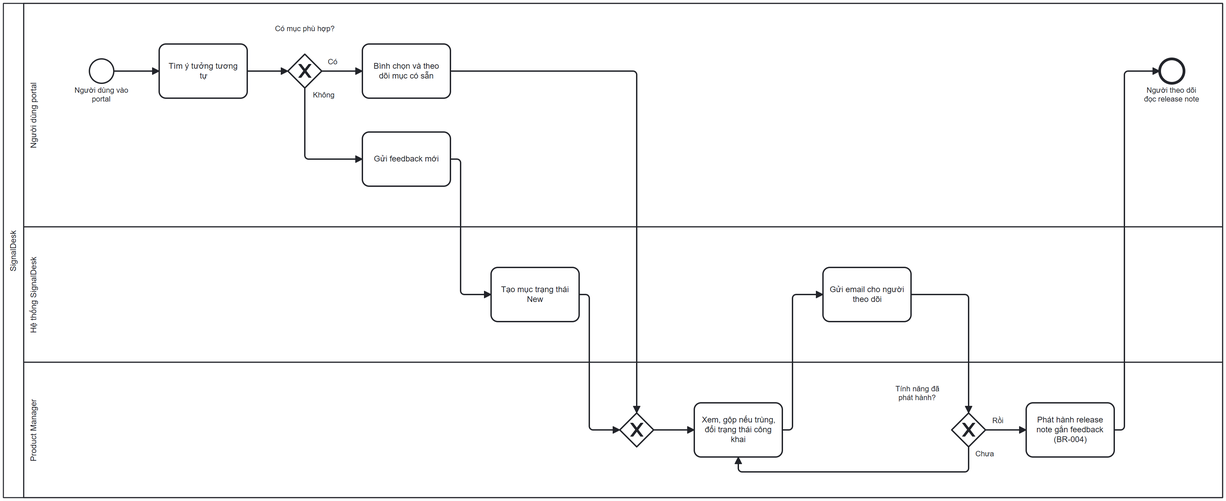
The BPMN diagram BA-agent/BA-Documents-Product/diagrams/vong-phan-hoi.png in sonbui31/BA-studies, before a commit. Its source is kept beside it as BA-agent/BA-Documents-Product/diagrams/vong-phan-hoi.bpmn. Ids are renumbered.
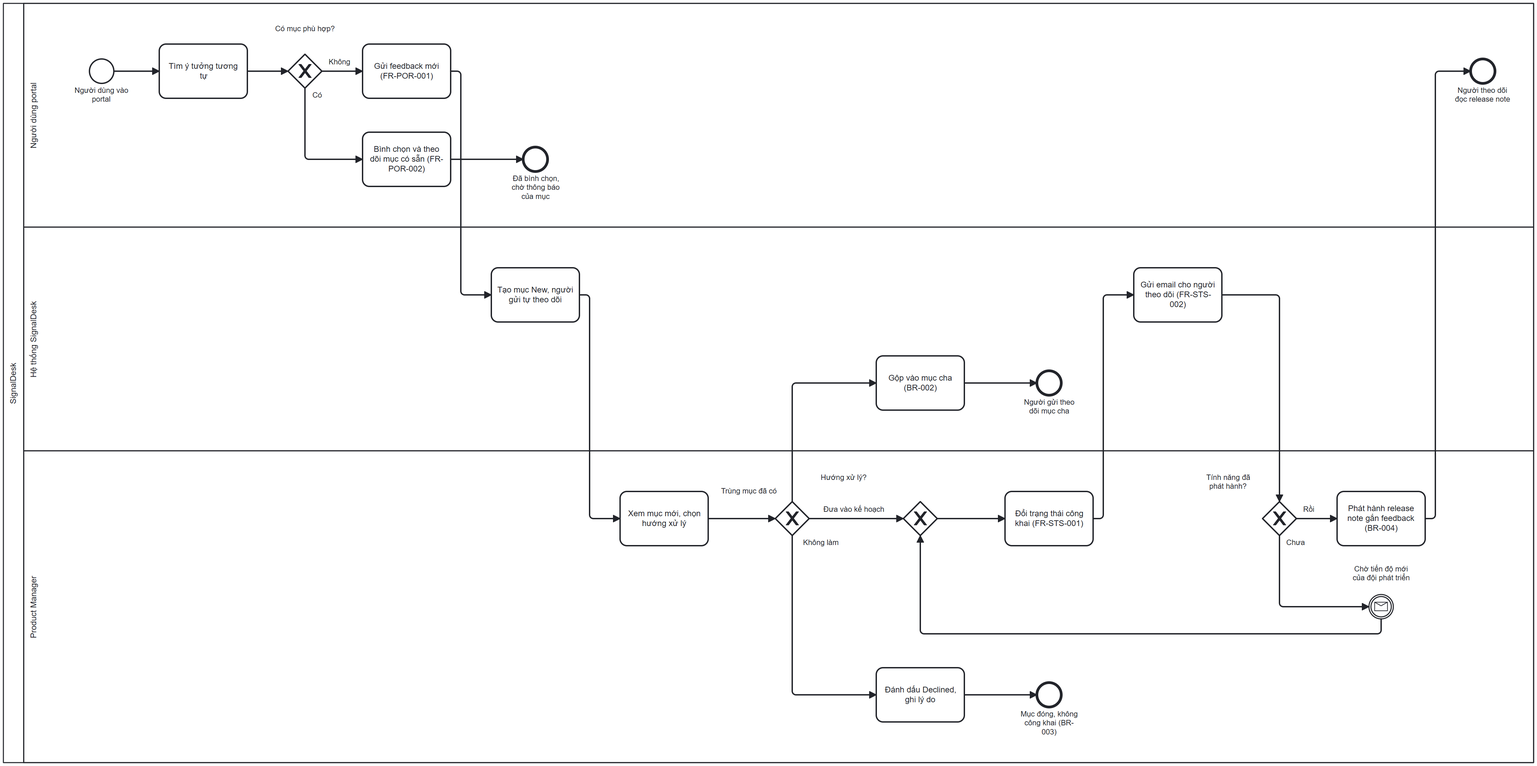
The same file after the commit.

Diff of the diagram source:
```diff
@@ -9,18 +9,26 @@
         <bpmn:flowNodeRef>t1</bpmn:flowNodeRef>
         <bpmn:flowNodeRef>g1</bpmn:flowNodeRef>
         <bpmn:flowNodeRef>t2</bpmn:flowNodeRef>
+        <bpmn:flowNodeRef>end_voted</bpmn:flowNodeRef>
         <bpmn:flowNodeRef>t3</bpmn:flowNodeRef>
         <bpmn:flowNodeRef>end</bpmn:flowNodeRef>
       </bpmn:lane>
       <bpmn:lane id="he_thong" name="Hệ thống SignalDesk">
         <bpmn:flowNodeRef>t4</bpmn:flowNodeRef>
         <bpmn:flowNodeRef>t6</bpmn:flowNodeRef>
+        <bpmn:flowNodeRef>end_merged</bpmn:flowNodeRef>
+        <bpmn:flowNodeRef>t9</bpmn:flowNodeRef>
       </bpmn:lane>
       <bpmn:lane id="pm" name="Product Manager">
-        <bpmn:flowNodeRef>m1</bpmn:flowNodeRef>
         <bpmn:flowNodeRef>t5</bpmn:flowNodeRef>
         <bpmn:flowNodeRef>g2</bpmn:flowNodeRef>
         <bpmn:flowNodeRef>t7</bpmn:flowNodeRef>
+        <bpmn:flowNodeRef>end_declined</bpmn:flowNodeRef>
+        <bpmn:flowNodeRef>m1</bpmn:flowNodeRef>
+        <bpmn:flowNodeRef>t8</bpmn:flowNodeRef>
+        <bpmn:flowNodeRef>g3</bpmn:flowNodeRef>
+        <bpmn:flowNodeRef>w1</bpmn:flowNodeRef>
+        <bpmn:flowNodeRef>t10</bpmn:flowNodeRef>
       </bpmn:lane>
     </bpmn:laneSet>
     <bpmn:startEvent id="start" name="Người dùng vào portal">
@@ -35,71 +43,109 @@
       <bpmn:outgoing>Flow_3</bpmn:outgoing>
       <bpmn:outgoing>Flow_4</bpmn:outgoing>
     </bpmn:exclusiveGateway>
-    <bpmn:task id="t2" name="Bình chọn và theo dõi mục có sẵn">
+    <bpmn:task id="t2" name="Bình chọn và theo dõi mục có sẵn (FR-POR-002)">
       <bpmn:incoming>Flow_3</bpmn:incoming>
+      <bpmn:outgoing>Flow_5</bpmn:outgoing>
+    </bpmn:task>
+    <bpmn:endEvent id="end_voted" name="Đã bình chọn, chờ thông báo của mục">
+      <bpmn:incoming>Flow_5</bpmn:incoming>
+    </bpmn:endEvent>
+    <bpmn:task id="t3" name="Gửi feedback mới (FR-POR-001)">
+      <bpmn:incoming>Flow_4</bpmn:incoming>
       <bpmn:outgoing>Flow_6</bpmn:outgoing>
     </bpmn:task>
-    <bpmn:task id="t3" name="Gửi feedback mới">
-      <bpmn:incoming>Flow_4</bpmn:incoming>
-      <bpmn:outgoing>Flow_5</bpmn:outgoing>
-    </bpmn:task>
-    <bpmn:task id="t4" name="Tạo mục trạng thái New">
-      <bpmn:incoming>Flow_5</bpmn:incoming>
+    <bpmn:task id="t4" name="Tạo mục New, người gửi tự theo dõi">
+      <bpmn:incoming>Flow_6</bpmn:incoming>
       <bpmn:outgoing>Flow_7</bpmn:outgoing>
     </bpmn:task>
-    <bpmn:exclusiveGateway id="m1" name="">
-      <bpmn:incoming>Flow_6</bpmn:incoming>
+    <bpmn:task id="t5" name="Xem mục mới, chọn hướng xử lý">
       <bpmn:incoming>Flow_7</bpmn:incoming>
       <bpmn:outgoing>Flow_8</bpmn:outgoing>
+    </bpmn:task>
+    <bpmn:exclusiveGateway id="g2" name="Hướng xử lý?">
+      <bpmn:incoming>Flow_8</bpmn:incoming>
+      <bpmn:outgoing>Flow_9</bpmn:outgoing>
+      <bpmn:outgoing>Flow_10</bpmn:outgoing>
+      <bpmn:outgoing>Flow_11</bpmn:outgoing>
     </bpmn:exclusiveGateway>
-    <bpmn:task id="t5" name="Xem, gộp nếu trùng, đổi trạng thái công khai">
-      <bpmn:incoming>Flow_8</bpmn:incoming>
-      <bpmn:incoming>Flow_11</bpmn:incoming>
-      <bpmn:outgoing>Flow_9</bpmn:outgoing>
+    <bpmn:task id="t6" name="Gộp vào mục cha (BR-002)">
+      <bpmn:incoming>Flow_9</bpmn:incoming>
+      <bpmn:outgoing>Flow_12</bpmn:outgoing>
     </bpmn:task>
-    <bpmn:task id="t6" name="Gửi email cho người theo dõi">
-      <bpmn:incoming>Flow_9</bpmn:incoming>
-      <bpmn:outgoing>Flow_10</bpmn:outgoing>
-    </bpmn:task>
-    <bpmn:exclusiveGateway id="g2" name="Tính năng đã phát hành?">
+    <bpmn:endEvent id="end_merged" name="Người gửi theo dõi mục cha">
+      <bpmn:incoming>Flow_12</bpmn:incoming>
+    </bpmn:endEvent>
+    <bpmn:task id="t7" name="Đánh dấu Declined, ghi lý do">
       <bpmn:incoming>Flow_10</bpmn:incoming>
-      <bpmn:outgoing>Flow_11</bpmn:outgoing>
-      <bpmn:outgoing>Flow_12</bpmn:outgoing>
-    </bpmn:exclusiveGateway>
-    <bpmn:task id="t7" name="Phát hành release note gắn feedback (BR-004)">
-      <bpmn:incoming>Flow_12</bpmn:incoming>
       <bpmn:outgoing>Flow_13</bpmn:outgoing>
     </bpmn:task>
+    <bpmn:endEvent id="end_declined" name="Mục đóng, không công khai (BR-003)">
+      <bpmn:incoming>Flow_13</bpmn:incoming>
+    </bpmn:endEvent>
+    <bpmn:exclusiveGateway id="m1" name="">
+      <bpmn:incoming>Flow_11</bpmn:incoming>
+      <bpmn:incoming>Flow_18</bpmn:incoming>
+      <bpmn:outgoing>Flow_14</bpmn:outgoing>
+    </bpmn:exclusiveGateway>
+    <bpmn:task id="t8" name="Đổi trạng thái công khai (FR-STS-001)">
+      <bpmn:incoming>Flow_14</bpmn:incoming>
+      <bpmn:outgoing>Flow_15</bpmn:outgoing>
+    </bpmn:task>
+    <bpmn:task id="t9" name="Gửi email cho người theo dõi (FR-STS-002)">
+      <bpmn:incoming>Flow_15</bpmn:incoming>
+      <bpmn:outgoing>Flow_16</bpmn:outgoing>
+    </bpmn:task>
+    <bpmn:exclusiveGateway id="g3" name="Tính năng đã phát hành?">
+      <bpmn:incoming>Flow_16</bpmn:incoming>
+      <bpmn:outgoing>Flow_17</bpmn:outgoing>
+      <bpmn:outgoing>Flow_19</bpmn:outgoing>
+    </bpmn:exclusiveGateway>
+    <bpmn:intermediateCatchEvent id="w1" name="Chờ tiến độ mới của đội phát triển">
+      <bpmn:incoming>Flow_17</bpmn:incoming>
+      <bpmn:outgoing>Flow_18</bpmn:outgoing>
+      <bpmn:messageEventDefinition id="w1_def" />
+    </bpmn:intermediateCatchEvent>
+    <bpmn:task id="t10" name="Phát hành release note gắn feedback (BR-004)">
+      <bpmn:incoming>Flow_19</bpmn:incoming>
+      <bpmn:outgoing>Flow_20</bpmn:outgoing>
+    </bpmn:task>
     <bpmn:endEvent id="end" name="Người theo dõi đọc release note">
-      <bpmn:incoming>Flow_13</bpmn:incoming>
+      <bpmn:incoming>Flow_20</bpmn:incoming>
     </bpmn:endEvent>
     <bpmn:sequenceFlow id="Flow_1" sourceRef="start" targetRef="t1" />
     <bpmn:sequenceFlow id="Flow_2" sourceRef="t1" targetRef="g1" />
     <bpmn:sequenceFlow id="Flow_3" name="Có" sourceRef="g1" targetRef="t2" />
     <bpmn:sequenceFlow id="Flow_4" name="Không" sourceRef="g1" targetRef="t3" />
-    <bpmn:sequenceFlow id="Flow_5" sourceRef="t3" targetRef="t4" />
-    <bpmn:sequenceFlow id="Flow_6" sourceRef="t2" targetRef="m1" />
-    <bpmn:sequenceFlow id="Flow_7" sourceRef="t4" targetRef="m1" />
-    <bpmn:sequenceFlow id="Flow_8" sourceRef="m1" targetRef="t5" />
-    <bpmn:sequenceFlow id="Flow_9" sourceRef="t5" targetRef="t6" />
-    <bpmn:sequenceFlow id="Flow_10" sourceRef="t6" targetRef="g2" />
-    <bpmn:sequenceFlow id="Flow_11" name="Chưa" sourceRef="g2" targetRef="t5" />
-    <bpmn:sequenceFlow id="Flow_12" name="Rồi" sourceRef="g2" targetRef="t7" />
-    <bpmn:sequenceFlow id="Flow_13" sourceRef="t7" targetRef="end" />
+    <bpmn:sequenceFlow id="Flow_5" sourceRef="t2" targetRef="end_voted" />
+    <bpmn:sequenceFlow id="Flow_6" sourceRef="t3" targetRef="t4" />
+    <bpmn:sequenceFlow id="Flow_7" sourceRef="t4" targetRef="t5" />
+    <bpmn:sequenceFlow id="Flow_8" sourceRef="t5" targetRef="g2" />
+    <bpmn:sequenceFlow id="Flow_9" name="Trùng mục đã có" sourceRef="g2" targetRef="t6" />
+    <bpmn:sequenceFlow id="Flow_10" name="Không làm" sourceRef="g2" targetRef="t7" />
+    <bpmn:sequenceFlow id="Flow_11" name="Đưa vào kế hoạch" sourceRef="g2" targetRef="m1" />
+    <bpmn:sequenceFlow id="Flow_12" sourceRef="t6" targetRef="end_merged" />
+    <bpmn:sequenceFlow id="Flow_13" sourceRef="t7" targetRef="end_declined" />
+    <bpmn:sequenceFlow id="Flow_14" sourceRef="m1" targetRef="t8" />
+    <bpmn:sequenceFlow id="Flow_15" sourceRef="t8" targetRef="t9" />
+    <bpmn:sequenceFlow id="Flow_16" sourceRef="t9" targetRef="g3" />
+    <bpmn:sequenceFlow id="Flow_17" name="Chưa" sourceRef="g3" targetRef="w1" />
+    <bpmn:sequenceFlow id="Flow_18" sourceRef="w1" targetRef="m1" />
+    <bpmn:sequenceFlow id="Flow_19" name="Rồi" sourceRef="g3" targetRef="t10" />
+    <bpmn:sequenceFlow id="Flow_20" sourceRef="t10" targetRef="end" />
   </bpmn:process>
   <bpmndi:BPMNDiagram id="BPMNDiagram_vong_phan_hoi">
     <bpmndi:BPMNPlane id="BPMNPlane_vong_phan_hoi" bpmnElement="Collaboration_vong_phan_hoi">
       <bpmndi:BPMNShape id="Participant_vong_phan_hoi_di" bpmnElement="Participant_vong_phan_hoi" isHorizontal="true">
-        <dc:Bounds x="160" y="80" width="1800" height="730" />
+        <dc:Bounds x="160" y="80" width="2258" height="1120" />
       </bpmndi:BPMNShape>
       <bpmndi:BPMNShape id="nguoi_dung_di" bpmnElement="nguoi_dung" isHorizontal="true">
-        <dc:Bounds x="190" y="80" width="1770" height="330" />
+        <dc:Bounds x="190" y="80" width="2228" height="330" />
       </bpmndi:BPMNShape>
       <bpmndi:BPMNShape id="he_thong_di" bpmnElement="he_thong" isHorizontal="true">
-        <dc:Bounds x="190" y="410" width="1770" height="200" />
+        <dc:Bounds x="190" y="410" width="2228" height="330" />
       </bpmndi:BPMNShape>
       <bpmndi:BPMNShape id="pm_di" bpmnElement="pm" isHorizontal="true">
-        <dc:Bounds x="190" y="610" width="1770" height="200" />
+        <dc:Bounds x="190" y="740" width="2228" height="460" />
       </bpmndi:BPMNShape>
       <bpmndi:BPMNShape id="start_di" bpmnElement="start">
         <dc:Bounds x="287" y="162" width="36" height="36" />
@@ -117,36 +163,75 @@
         </bpmndi:BPMNLabel>
       </bpmndi:BPMNShape>
       <bpmndi:BPMNShape id="t2_di" bpmnElement="t2">
-        <dc:Bounds x="690" y="140" width="130" height="80" />
+        <dc:Bounds x="690" y="270" width="130" height="80" />
+      </bpmndi:BPMNShape>
+      <bpmndi:BPMNShape id="end_voted_di" bpmnElement="end_voted">
+        <dc:Bounds x="927" y="292" width="36" height="36" />
+        <bpmndi:BPMNLabel>
+          <dc:Bounds x="890" y="332" width="110" height="40" />
+        </bpmndi:BPMNLabel>
       </bpmndi:BPMNShape>
       <bpmndi:BPMNShape id="t3_di" bpmnElement="t3">
-        <dc:Bounds x="690" y="270" width="130" height="80" />
+        <dc:Bounds x="690" y="140" width="130" height="80" />
       </bpmndi:BPMNShape>
       <bpmndi:BPMNShape id="t4_di" bpmnElement="t4">
         <dc:Bounds x="880" y="470" width="130" height="80" />
       </bpmndi:BPMNShape>
-      <bpmndi:BPMNShape id="m1_di" bpmnElement="m1" isMarkerVisible="true">
-        <dc:Bounds x="1070" y="685" width="50" height="50" />
+      <bpmndi:BPMNShape id="t5_di" bpmnElement="t5">
+        <dc:Bounds x="1070" y="800" width="130" height="80" />
       </bpmndi:BPMNShape>
-      <bpmndi:BPMNShape id="t5_di" bpmnElement="t5">
-        <dc:Bounds x="1180" y="670" width="130" height="80" />
+      <bpmndi:BPMNShape id="g2_di" bpmnElement="g2" isMarkerVisible="true">
+        <dc:Bounds x="1299" y="815" width="50" height="50" />
+        <bpmndi:BPMNLabel>
+          <dc:Bounds x="1345" y="773" width="110" height="40" />
+        </bpmndi:BPMNLabel>
       </bpmndi:BPMNShape>
       <bpmndi:BPMNShape id="t6_di" bpmnElement="t6">
-        <dc:Bounds x="1370" y="470" width="130" height="80" />
+        <dc:Bounds x="1448" y="600" width="130" height="80" />
       </bpmndi:BPMNShape>
-      <bpmndi:BPMNShape id="g2_di" bpmnElement="g2" isMarkerVisible="true">
-        <dc:Bounds x="1560" y="685" width="50" height="50" />
+      <bpmndi:BPMNShape id="end_merged_di" bpmnElement="end_merged">
+        <dc:Bounds x="1685" y="622" width="36" height="36" />
         <bpmndi:BPMNLabel>
-          <dc:Bounds x="1454" y="643" width="110" height="40" />
+          <dc:Bounds x="1648" y="662" width="110" height="40" />
         </bpmndi:BPMNLabel>
       </bpmndi:BPMNShape>
       <bpmndi:BPMNShape id="t7_di" bpmnElement="t7">
-        <dc:Bounds x="1670" y="670" width="130" height="80" />
+        <dc:Bounds x="1448" y="1060" width="130" height="80" />
+      </bpmndi:BPMNShape>
+      <bpmndi:BPMNShape id="end_declined_di" bpmnElement="end_declined">
+        <dc:Bounds x="1685" y="1082" width="36" height="36" />
+        <bpmndi:BPMNLabel>
+          <dc:Bounds x="1648" y="1122" width="110" height="40" />
+        </bpmndi:BPMNLabel>
+      </bpmndi:BPMNShape>
+      <bpmndi:BPMNShape id="m1_di" bpmnElement="m1" isMarkerVisible="true">
+        <dc:Bounds x="1488" y="815" width="50" height="50" />
+      </bpmndi:BPMNShape>
+      <bpmndi:BPMNShape id="t8_di" bpmnElement="t8">
+        <dc:Bounds x="1638" y="800" width="130" height="80" />
+      </bpmndi:BPMNShape>
+      <bpmndi:BPMNShape id="t9_di" bpmnElement="t9">
+        <dc:Bounds x="1828" y="470" width="130" height="80" />
+      </bpmndi:BPMNShape>
+      <bpmndi:BPMNShape id="g3_di" bpmnElement="g3" isMarkerVisible="true">
+        <dc:Bounds x="2018" y="815" width="50" height="50" />
+        <bpmndi:BPMNLabel>
+          <dc:Bounds x="1912" y="773" width="110" height="40" />
+        </bpmndi:BPMNLabel>
+      </bpmndi:BPMNShape>
+      <bpmndi:BPMNShape id="w1_di" bpmnElement="w1">
+        <dc:Bounds x="2175" y="952" width="36" height="36" />
+        <bpmndi:BPMNLabel>
+          <dc:Bounds x="2138" y="908" width="110" height="40" />
+        </bpmndi:BPMNLabel>
+      </bpmndi:BPMNShape>
+      <bpmndi:BPMNShape id="t10_di" bpmnElement="t10">
+        <dc:Bounds x="2128" y="800" width="130" height="80" />
       </bpmndi:BPMNShape>
       <bpmndi:BPMNShape id="end_di" bpmnElement="end">
-        <dc:Bounds x="1867" y="162" width="36" height="36" />
+        <dc:Bounds x="2325" y="162" width="36" height="36" />
         <bpmndi:BPMNLabel>
-          <dc:Bounds x="1830" y="202" width="110" height="40" />
+          <dc:Bounds x="2288" y="202" width="110" height="40" />
         </bpmndi:BPMNLabel>
       </bpmndi:BPMNShape>
       <bpmndi:BPMNEdge id="Flow_1_di" bpmnElement="Flow_1">
@@ -158,65 +243,98 @@
         <di:waypoint x="580" y="180" />
       </bpmndi:BPMNEdge>
       <bpmndi:BPMNEdge id="Flow_3_di" bpmnElement="Flow_3">
-        <di:waypoint x="630" y="180" />
-        <di:waypoint x="690" y="180" />
-        <bpmndi:BPMNLabel><dc:Bounds x="634" y="160" width="24" height="18" /></bpmndi:BPMNLabel>
-      </bpmndi:BPMNEdge>
-      <bpmndi:BPMNEdge id="Flow_4_di" bpmnElement="Flow_4">
         <di:waypoint x="605" y="205" />
         <di:waypoint x="605" y="310" />
         <di:waypoint x="690" y="310" />
-        <bpmndi:BPMNLabel><dc:Bounds x="611" y="209" width="44" height="18" /></bpmndi:BPMNLabel>
+        <bpmndi:BPMNLabel><dc:Bounds x="611" y="209" width="24" height="18" /></bpmndi:BPMNLabel>
+      </bpmndi:BPMNEdge>
+      <bpmndi:BPMNEdge id="Flow_4_di" bpmnElement="Flow_4">
+        <di:waypoint x="630" y="180" />
+        <di:waypoint x="690" y="180" />
+        <bpmndi:BPMNLabel><dc:Bounds x="634" y="160" width="44" height="18" /></bpmndi:BPMNLabel>
       </bpmndi:BPMNEdge>
       <bpmndi:BPMNEdge id="Flow_5_di" bpmnElement="Flow_5">
         <di:waypoint x="820" y="310" />
-        <di:waypoint x="835" y="310" />
-        <di:waypoint x="835" y="510" />
-        <di:waypoint x="880" y="510" />
+        <di:waypoint x="927" y="310" />
       </bpmndi:BPMNEdge>
       <bpmndi:BPMNEdge id="Flow_6_di" bpmnElement="Flow_6">
         <di:waypoint x="820" y="180" />
-        <di:waypoint x="1095" y="180" />
-        <di:waypoint x="1095" y="685" />
+        <di:waypoint x="835" y="180" />
+        <di:waypoint x="835" y="510" />
+        <di:waypoint x="880" y="510" />
       </bpmndi:BPMNEdge>
       <bpmndi:BPMNEdge id="Flow_7_di" bpmnElement="Flow_7">
         <di:waypoint x="1010" y="510" />
         <di:waypoint x="1025" y="510" />
-        <di:waypoint x="1025" y="710" />
-        <di:waypoint x="1070" y="710" />
+        <di:waypoint x="1025" y="840" />
+        <di:waypoint x="1070" y="840" />
       </bpmndi:BPMNEdge>
       <bpmndi:BPMNEdge id="Flow_8_di" bpmnElement="Flow_8">
-        <di:waypoint x="1120" y="710" />
-        <di:waypoint x="1180" y="710" />
+        <di:waypoint x="1200" y="840" />
+        <di:waypoint x="1299" y="840" />
       </bpmndi:BPMNEdge>
       <bpmndi:BPMNEdge id="Flow_9_di" bpmnElement="Flow_9">
-        <di:waypoint x="1310" y="710" />
-        <di:waypoint x="1325" y="710" />
-        <di:waypoint x="1325" y="510" />
-        <di:waypoint x="1370" y="510" />
+        <di:waypoint x="1324" y="815" />
+        <di:waypoint x="1324" y="640" />
+        <di:waypoint x="1448" y="640" />
+        <bpmndi:BPMNLabel><dc:Bounds x="1202" y="793" width="116" height="18" /></bpmndi:BPMNLabel>
       </bpmndi:BPMNEdge>
       <bpmndi:BPMNEdge id="Flow_10_di" bpmnElement="Flow_10">
-        <di:waypoint x="1500" y="510" />
-        <di:waypoint x="1585" y="510" />
-        <di:waypoint x="1585" y="685" />
+        <di:waypoint x="1324" y="865" />
+        <di:waypoint x="1324" y="1100" />
+        <di:waypoint x="1448" y="1100" />
+        <bpmndi:BPMNLabel><dc:Bounds x="1330" y="869" width="72" height="18" /></bpmndi:BPMNLabel>
       </bpmndi:BPMNEdge>
       <bpmndi:BPMNEdge id="Flow_11_di" bpmnElement="Flow_11">
-        <di:waypoint x="1585" y="735" />
-        <di:waypoint x="1585" y="772" />
-        <di:waypoint x="1245" y="772" />
-        <di:waypoint x="1245" y="750" />
-        <bpmndi:BPMNLabel><dc:Bounds x="1591" y="739" width="36" height="18" /></bpmndi:BPMNLabel>
+        <di:waypoint x="1349" y="840" />
+        <di:waypoint x="1488" y="840" />
+        <bpmndi:BPMNLabel><dc:Bounds x="1353" y="820" width="123" height="18" /></bpmndi:BPMNLabel>
       </bpmndi:BPMNEdge>
       <bpmndi:BPMNEdge id="Flow_12_di" bpmnElement="Flow_12">
-        <di:waypoint x="1610" y="710" />
-        <di:waypoint x="1670" y="710" />
-        <bpmndi:BPMNLabel><dc:Bounds x="1614" y="690" width="29" height="18" /></bpmndi:BPMNLabel>
+        <di:waypoint x="1578" y="640" />
+        <di:waypoint x="1685" y="640" />
       </bpmndi:BPMNEdge>
       <bpmndi:BPMNEdge id="Flow_13_di" bpmnElement="Flow_13">
-        <di:waypoint x="1800" y="710" />
-        <di:waypoint x="1815" y="710" />
-        <di:waypoint x="1815" y="180" />
-        <di:waypoint x="1867" y="180" />
+        <di:waypoint x="1578" y="1100" />
+        <di:waypoint x="1685" y="1100" />
+      </bpmndi:BPMNEdge>
+      <bpmndi:BPMNEdge id="Flow_14_di" bpmnElement="Flow_14">
+        <di:waypoint x="1538" y="840" />
+        <di:waypoint x="1638" y="840" />
+      </bpmndi:BPMNEdge>
+      <bpmndi:BPMNEdge id="Flow_15_di" bpmnElement="Flow_15">
+        <di:waypoint x="1768" y="840" />
+        <di:waypoint x="1783" y="840" />
+        <di:waypoint x="1783" y="510" />
+        <di:waypoint x="1828" y="510" />
+      </bpmndi:BPMNEdge>
+      <bpmndi:BPMNEdge id="Flow_16_di" bpmnElement="Flow_16">
+        <di:waypoint x="1958" y="510" />
+        <di:waypoint x="2043" y="510" />
+        <di:waypoint x="2043" y="815" />
+      </bpmndi:BPMNEdge>
+      <bpmndi:BPMNEdge id="Flow_17_di" bpmnElement="Flow_17">
+        <di:waypoint x="2043" y="865" />
+        <di:waypoint x="2043" y="970" />
+        <di:waypoint x="2175" y="970" />
+        <bpmndi:BPMNLabel><dc:Bounds x="2049" y="869" width="36" height="18" /></bpmndi:BPMNLabel>
+      </bpmndi:BPMNEdge>
+      <bpmndi:BPMNEdge id="Flow_18_di" bpmnElement="Flow_18">
+        <di:waypoint x="2193" y="988" />
+        <di:waypoint x="2193" y="1010" />
+        <di:waypoint x="1513" y="1010" />
+        <di:waypoint x="1513" y="865" />
+      </bpmndi:BPMNEdge>
+      <bpmndi:BPMNEdge id="Flow_19_di" bpmnElement="Flow_19">
+        <di:waypoint x="2068" y="840" />
+        <di:waypoint x="2128" y="840" />
+        <bpmndi:BPMNLabel><dc:Bounds x="2072" y="820" width="29" height="18" /></bpmndi:BPMNLabel>
+      </bpmndi:BPMNEdge>
+      <bpmndi:BPMNEdge id="Flow_20_di" bpmnElement="Flow_20">
+        <di:waypoint x="2258" y="840" />
+        <di:waypoint x="2273" y="840" />
+        <di:waypoint x="2273" y="180" />
+        <di:waypoint x="2325" y="180" />
       </bpmndi:BPMNEdge>
     </bpmndi:BPMNPlane>
   </bpmndi:BPMNDiagram>
```
